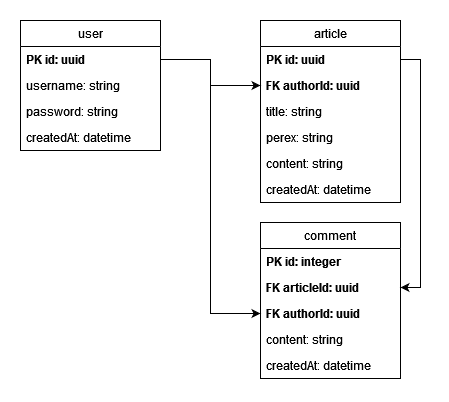
Earlier version of the draw.io export doc/db.png (EtienneDuv/backend-exercise-2023). Source tidied: cells renumbered, new cells last; positions are measured from the earlier drawing's top-left corner, leaving out a move shared by most shapes.
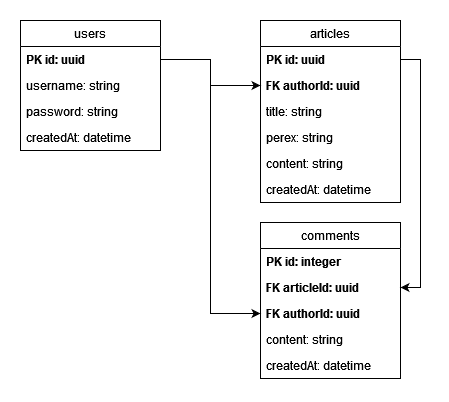
The same diagram one commit later.

The edit, as a diff of the source:
```diff
@@ -2,7 +2,7 @@
   <root>
     <mxCell id="0" />
     <mxCell id="1" parent="0" />
-    <mxCell id="2" value="user" style="swimlane;fontStyle=0;horizontal=1;startSize=26;fillColor=none;" parent="1" vertex="1">
+    <mxCell id="2" value="users" style="swimlane;fontStyle=0;horizontal=1;startSize=26;fillColor=none;" parent="1" vertex="1">
       <mxGeometry width="140" height="130" as="geometry" />
     </mxCell>
     <mxCell id="3" value="PK id: uuid&#10;" style="text;strokeColor=none;fillColor=none;align=left;verticalAlign=top;spacingLeft=4;spacingRight=4;overflow=hidden;points=[[0,0.5],[1,0.5]];portConstraint=eastwest;fontStyle=1;" parent="2" vertex="1">
@@ -17,7 +17,7 @@
     <mxCell id="6" value="createdAt: datetime" style="text;strokeColor=none;fillColor=none;align=left;verticalAlign=top;spacingLeft=4;spacingRight=4;overflow=hidden;" parent="2" vertex="1">
       <mxGeometry y="104" width="140" height="26" as="geometry" />
     </mxCell>
-    <mxCell id="7" value="article" style="swimlane;fontStyle=0;horizontal=1;startSize=26;fillColor=none;" parent="1" vertex="1">
+    <mxCell id="7" value="articles" style="swimlane;fontStyle=0;horizontal=1;startSize=26;fillColor=none;" parent="1" vertex="1">
       <mxGeometry x="240" width="140" height="182" as="geometry" />
     </mxCell>
     <mxCell id="8" value="PK id: uuid&#10;" style="text;strokeColor=none;fillColor=none;align=left;verticalAlign=top;spacingLeft=4;spacingRight=4;overflow=hidden;points=[[0,0.5],[1,0.5]];portConstraint=eastwest;fontStyle=1;" parent="7" vertex="1">
@@ -38,7 +38,7 @@
     <mxCell id="13" value="createdAt: datetime" style="text;strokeColor=none;fillColor=none;align=left;verticalAlign=top;spacingLeft=4;spacingRight=4;overflow=hidden;" parent="7" vertex="1">
       <mxGeometry y="156" width="140" height="26" as="geometry" />
     </mxCell>
-    <mxCell id="14" value="comment" style="swimlane;fontStyle=0;horizontal=1;startSize=26;fillColor=none;" parent="1" vertex="1">
+    <mxCell id="14" value="comments" style="swimlane;fontStyle=0;horizontal=1;startSize=26;fillColor=none;" parent="1" vertex="1">
       <mxGeometry x="240" y="202" width="140" height="156" as="geometry" />
     </mxCell>
     <mxCell id="15" value="PK id: integer" style="text;strokeColor=none;fillColor=none;align=left;verticalAlign=top;spacingLeft=4;spacingRight=4;overflow=hidden;fontStyle=1;" parent="14" vertex="1">
```
